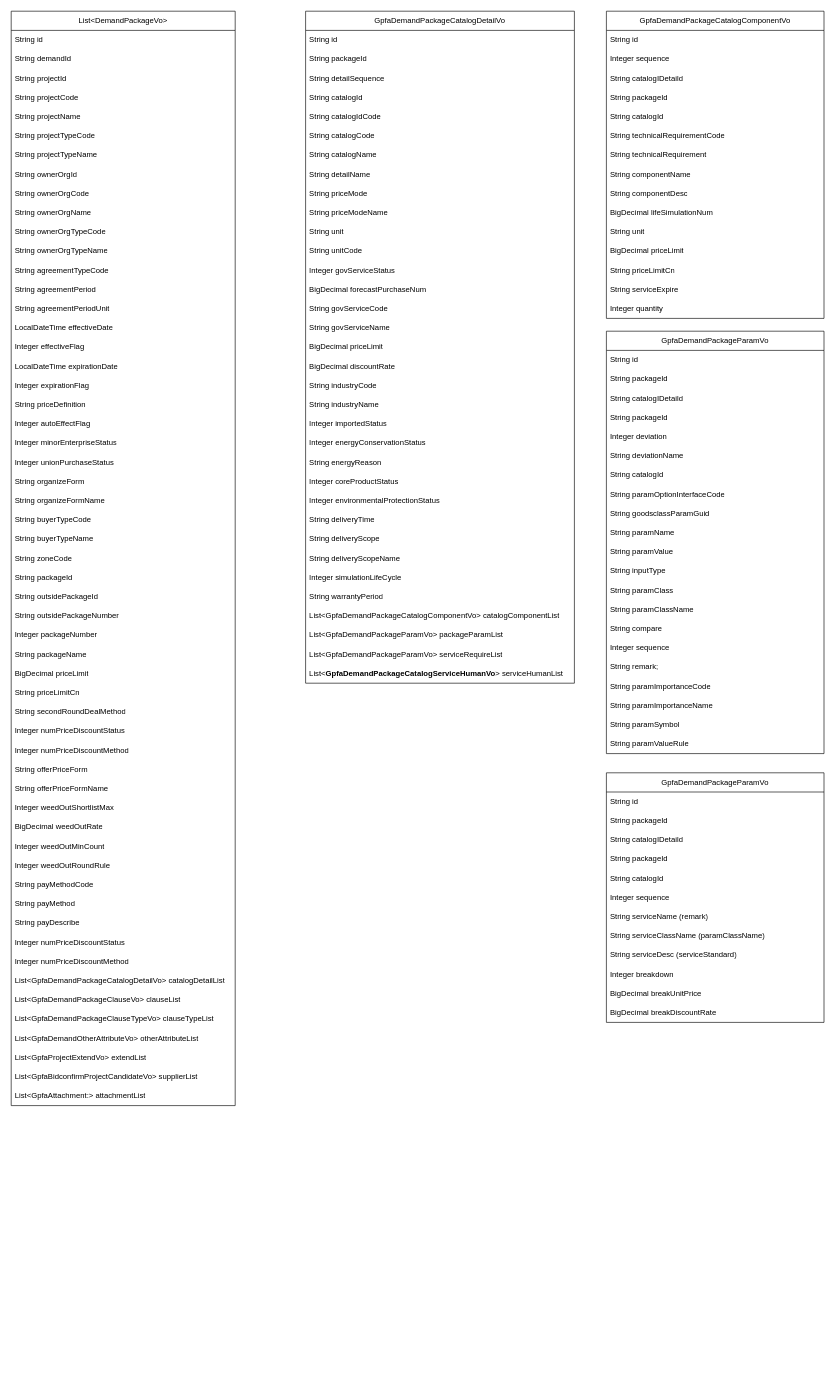
Earlier version of the draw.io diagram data_detail.drawio (dernight1/draw.io). Source tidied: cells renumbered, new cells numbered last; positions are measured from the earlier drawing's top-left corner, leaving out a move shared by most shapes. Both pictures are drawn from the tidied source at 64%, with x=0, y=0 at pixel (11, 11).
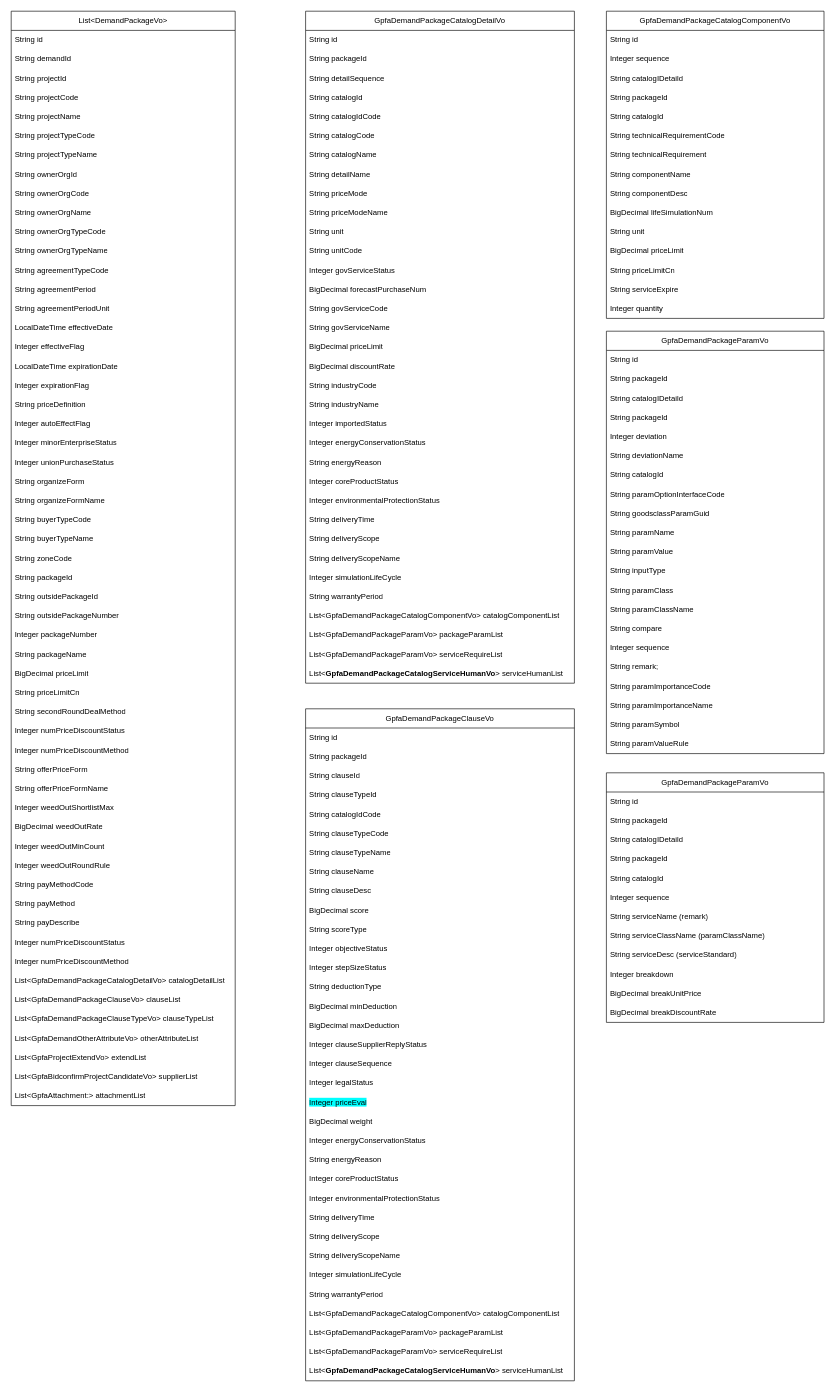
Above is the later version.

What changed in the source:
```diff
@@
+    <mxCell id="145" value="GpfaDemandPackageClauseVo" style="swimlane;fontStyle=0;horizontal=1;startSize=30;whiteSpace=wrap;html=1;" parent="1" vertex="1">
+      <mxGeometry x="460" y="1090" width="420" height="1050" as="geometry" />
+    </mxCell>
+    <mxCell id="146" value="String id" style="text;strokeColor=none;fillColor=none;align=left;verticalAlign=middle;spacingLeft=4;spacingRight=4;overflow=hidden;whiteSpace=wrap;html=1;labelBackgroundColor=default;fontFamily=Helvetica;" parent="145" vertex="1">
+      <mxGeometry y="30" width="420" height="30" as="geometry" />
+    </mxCell>
+    <mxCell id="147" value="String packageId" style="text;strokeColor=none;fillColor=none;align=left;verticalAlign=middle;spacingLeft=4;spacingRight=4;overflow=hidden;whiteSpace=wrap;html=1;labelBackgroundColor=default;textShadow=0;" parent="145" vertex="1">
+      <mxGeometry y="60" width="420" height="30" as="geometry" />
+    </mxCell>
+    <mxCell id="148" value="String clauseId" style="text;strokeColor=none;fillColor=none;align=left;verticalAlign=middle;spacingLeft=4;spacingRight=4;overflow=hidden;whiteSpace=wrap;html=1;labelBackgroundColor=default;" parent="145" vertex="1">
+      <mxGeometry y="90" width="420" height="30" as="geometry" />
+    </mxCell>
+    <mxCell id="149" value="String clauseTypeId" style="text;strokeColor=none;fillColor=none;align=left;verticalAlign=middle;spacingLeft=4;spacingRight=4;overflow=hidden;whiteSpace=wrap;html=1;labelBackgroundColor=default;" parent="145" vertex="1">
+      <mxGeometry y="120" width="420" height="30" as="geometry" />
+    </mxCell>
+    <mxCell id="150" value="String catalogIdCode" style="text;strokeColor=none;fillColor=none;align=left;verticalAlign=middle;spacingLeft=4;spacingRight=4;overflow=hidden;whiteSpace=wrap;html=1;labelBackgroundColor=default;" parent="145" vertex="1">
+      <mxGeometry y="150" width="420" height="30" as="geometry" />
+    </mxCell>
+    <mxCell id="151" value="String clauseTypeCode" style="text;strokeColor=none;fillColor=none;align=left;verticalAlign=middle;spacingLeft=4;spacingRight=4;overflow=hidden;whiteSpace=wrap;html=1;labelBackgroundColor=default;" parent="145" vertex="1">
+      <mxGeometry y="180" width="420" height="30" as="geometry" />
+    </mxCell>
+    <mxCell id="152" value="String clauseTypeName" style="text;strokeColor=none;fillColor=none;align=left;verticalAlign=middle;spacingLeft=4;spacingRight=4;overflow=hidden;whiteSpace=wrap;html=1;labelBackgroundColor=default;" parent="145" vertex="1">
+      <mxGeometry y="210" width="420" height="30" as="geometry" />
+    </mxCell>
+    <mxCell id="153" value="String clauseName" style="text;strokeColor=none;fillColor=none;align=left;verticalAlign=middle;spacingLeft=4;spacingRight=4;overflow=hidden;whiteSpace=wrap;html=1;labelBackgroundColor=default;" parent="145" vertex="1">
+      <mxGeometry y="240" width="420" height="30" as="geometry" />
+    </mxCell>
+    <mxCell id="154" value="String clauseDesc" style="text;strokeColor=none;fillColor=none;align=left;verticalAlign=middle;spacingLeft=4;spacingRight=4;overflow=hidden;whiteSpace=wrap;html=1;labelBackgroundColor=default;" parent="145" vertex="1">
+      <mxGeometry y="270" width="420" height="30" as="geometry" />
+    </mxCell>
+    <mxCell id="155" value="BigDecimal score" style="text;strokeColor=none;fillColor=none;align=left;verticalAlign=middle;spacingLeft=4;spacingRight=4;overflow=hidden;whiteSpace=wrap;html=1;labelBackgroundColor=default;" parent="145" vertex="1">
+      <mxGeometry y="300" width="420" height="30" as="geometry" />
+    </mxCell>
+    <mxCell id="156" value="String scoreType" style="text;strokeColor=none;fillColor=none;align=left;verticalAlign=middle;spacingLeft=4;spacingRight=4;overflow=hidden;whiteSpace=wrap;html=1;labelBackgroundColor=default;" parent="145" vertex="1">
+      <mxGeometry y="330" width="420" height="30" as="geometry" />
+    </mxCell>
+    <mxCell id="157" value="Integer objectiveStatus" style="text;strokeColor=none;fillColor=none;align=left;verticalAlign=middle;spacingLeft=4;spacingRight=4;overflow=hidden;whiteSpace=wrap;html=1;labelBackgroundColor=default;" parent="145" vertex="1">
+      <mxGeometry y="360" width="420" height="30" as="geometry" />
+    </mxCell>
+    <mxCell id="158" value="Integer stepSizeStatus" style="text;strokeColor=none;fillColor=none;align=left;verticalAlign=middle;spacingLeft=4;spacingRight=4;overflow=hidden;whiteSpace=wrap;html=1;labelBackgroundColor=default;" parent="145" vertex="1">
+      <mxGeometry y="390" width="420" height="30" as="geometry" />
+    </mxCell>
+    <mxCell id="159" value="String deductionType" style="text;strokeColor=none;fillColor=none;align=left;verticalAlign=middle;spacingLeft=4;spacingRight=4;overflow=hidden;whiteSpace=wrap;html=1;labelBackgroundColor=default;" parent="145" vertex="1">
+      <mxGeometry y="420" width="420" height="30" as="geometry" />
+    </mxCell>
+    <mxCell id="160" value="BigDecimal minDeduction" style="text;strokeColor=none;fillColor=none;align=left;verticalAlign=middle;spacingLeft=4;spacingRight=4;overflow=hidden;whiteSpace=wrap;html=1;labelBackgroundColor=default;" parent="145" vertex="1">
+      <mxGeometry y="450" width="420" height="30" as="geometry" />
+    </mxCell>
+    <mxCell id="161" value="BigDecimal maxDeduction" style="text;strokeColor=none;fillColor=none;align=left;verticalAlign=middle;spacingLeft=4;spacingRight=4;overflow=hidden;whiteSpace=wrap;html=1;labelBackgroundColor=default;" parent="145" vertex="1">
+      <mxGeometry y="480" width="420" height="30" as="geometry" />
+    </mxCell>
+    <mxCell id="162" value="Integer clauseSupplierReplyStatus" style="text;strokeColor=none;fillColor=none;align=left;verticalAlign=middle;spacingLeft=4;spacingRight=4;overflow=hidden;whiteSpace=wrap;html=1;labelBackgroundColor=default;" parent="145" vertex="1">
+      <mxGeometry y="510" width="420" height="30" as="geometry" />
+    </mxCell>
+    <mxCell id="163" value="Integer clauseSequence" style="text;strokeColor=none;fillColor=none;align=left;verticalAlign=middle;spacingLeft=4;spacingRight=4;overflow=hidden;whiteSpace=wrap;html=1;labelBackgroundColor=default;" parent="145" vertex="1">
+      <mxGeometry y="540" width="420" height="30" as="geometry" />
+    </mxCell>
+    <mxCell id="164" value="Integer legalStatus" style="text;strokeColor=none;fillColor=none;align=left;verticalAlign=middle;spacingLeft=4;spacingRight=4;overflow=hidden;whiteSpace=wrap;html=1;labelBackgroundColor=default;" parent="145" vertex="1">
+      <mxGeometry y="570" width="420" height="30" as="geometry" />
+    </mxCell>
+    <mxCell id="165" value="&lt;span style=&quot;background-color: rgb(0, 255, 255);&quot;&gt;Integer priceEval&lt;/span&gt;" style="text;strokeColor=none;fillColor=none;align=left;verticalAlign=middle;spacingLeft=4;spacingRight=4;overflow=hidden;whiteSpace=wrap;html=1;labelBackgroundColor=default;" parent="145" vertex="1">
+      <mxGeometry y="600" width="420" height="30" as="geometry" />
+    </mxCell>
+    <mxCell id="166" value="BigDecimal weight" style="text;strokeColor=none;fillColor=none;align=left;verticalAlign=middle;spacingLeft=4;spacingRight=4;overflow=hidden;whiteSpace=wrap;html=1;labelBackgroundColor=default;" parent="145" vertex="1">
+      <mxGeometry y="630" width="420" height="30" as="geometry" />
+    </mxCell>
+    <mxCell id="167" value="Integer energyConservationStatus" style="text;strokeColor=none;fillColor=none;align=left;verticalAlign=middle;spacingLeft=4;spacingRight=4;overflow=hidden;whiteSpace=wrap;html=1;labelBackgroundColor=default;" parent="145" vertex="1">
+      <mxGeometry y="660" width="420" height="30" as="geometry" />
+    </mxCell>
+    <mxCell id="168" value="String energyReason" style="text;strokeColor=none;fillColor=none;align=left;verticalAlign=middle;spacingLeft=4;spacingRight=4;overflow=hidden;whiteSpace=wrap;html=1;labelBackgroundColor=default;" parent="145" vertex="1">
+      <mxGeometry y="690" width="420" height="30" as="geometry" />
+    </mxCell>
+    <mxCell id="169" value="Integer coreProductStatus" style="text;strokeColor=none;fillColor=none;align=left;verticalAlign=middle;spacingLeft=4;spacingRight=4;overflow=hidden;whiteSpace=wrap;html=1;" parent="145" vertex="1">
+      <mxGeometry y="720" width="420" height="30" as="geometry" />
+    </mxCell>
+    <mxCell id="170" value="Integer environmentalProtectionStatus" style="text;strokeColor=none;fillColor=none;align=left;verticalAlign=middle;spacingLeft=4;spacingRight=4;overflow=hidden;whiteSpace=wrap;html=1;" parent="145" vertex="1">
+      <mxGeometry y="750" width="420" height="30" as="geometry" />
+    </mxCell>
+    <mxCell id="171" value="String deliveryTime" style="text;strokeColor=none;fillColor=none;align=left;verticalAlign=middle;spacingLeft=4;spacingRight=4;overflow=hidden;whiteSpace=wrap;html=1;labelBackgroundColor=default;" parent="145" vertex="1">
+      <mxGeometry y="780" width="420" height="30" as="geometry" />
+    </mxCell>
+    <mxCell id="172" value="String deliveryScope" style="text;strokeColor=none;fillColor=none;align=left;verticalAlign=middle;spacingLeft=4;spacingRight=4;overflow=hidden;whiteSpace=wrap;html=1;labelBackgroundColor=default;" parent="145" vertex="1">
+      <mxGeometry y="810" width="420" height="30" as="geometry" />
+    </mxCell>
+    <mxCell id="173" value="String deliveryScopeName" style="text;strokeColor=none;fillColor=none;align=left;verticalAlign=middle;spacingLeft=4;spacingRight=4;overflow=hidden;whiteSpace=wrap;html=1;labelBackgroundColor=default;" parent="145" vertex="1">
+      <mxGeometry y="840" width="420" height="30" as="geometry" />
+    </mxCell>
+    <mxCell id="174" value="Integer simulationLifeCycle" style="text;strokeColor=none;fillColor=none;align=left;verticalAlign=middle;spacingLeft=4;spacingRight=4;overflow=hidden;whiteSpace=wrap;html=1;" parent="145" vertex="1">
+      <mxGeometry y="870" width="420" height="30" as="geometry" />
+    </mxCell>
+    <mxCell id="175" value="String warrantyPeriod" style="text;strokeColor=none;fillColor=none;align=left;verticalAlign=middle;spacingLeft=4;spacingRight=4;overflow=hidden;whiteSpace=wrap;html=1;" parent="145" vertex="1">
+      <mxGeometry y="900" width="420" height="30" as="geometry" />
+    </mxCell>
+    <mxCell id="176" value="List&amp;lt;GpfaDemandPackageCatalogComponentVo&amp;gt; catalogComponentList" style="text;strokeColor=none;fillColor=none;align=left;verticalAlign=middle;spacingLeft=4;spacingRight=4;overflow=hidden;whiteSpace=wrap;html=1;" parent="145" vertex="1">
+      <mxGeometry y="930" width="420" height="30" as="geometry" />
+    </mxCell>
+    <mxCell id="177" value="List&amp;lt;GpfaDemandPackageParamVo&amp;gt; packageParamList" style="text;strokeColor=none;fillColor=none;align=left;verticalAlign=middle;spacingLeft=4;spacingRight=4;overflow=hidden;whiteSpace=wrap;html=1;" parent="145" vertex="1">
+      <mxGeometry y="960" width="420" height="30" as="geometry" />
+    </mxCell>
+    <mxCell id="178" value="List&amp;lt;GpfaDemandPackageParamVo&amp;gt; serviceRequireList" style="text;strokeColor=none;fillColor=none;align=left;verticalAlign=middle;spacingLeft=4;spacingRight=4;overflow=hidden;whiteSpace=wrap;html=1;" parent="145" vertex="1">
+      <mxGeometry y="990" width="420" height="30" as="geometry" />
+    </mxCell>
+    <mxCell id="179" value="List&amp;lt;&lt;b&gt;GpfaDemandPackageCatalogServiceHumanVo&lt;/b&gt;&amp;gt; serviceHumanList" style="text;strokeColor=none;fillColor=none;align=left;verticalAlign=middle;spacingLeft=4;spacingRight=4;overflow=hidden;whiteSpace=wrap;html=1;" parent="145" vertex="1">
+      <mxGeometry y="1020" width="420" height="30" as="geometry" />
+    </mxCell>
```
